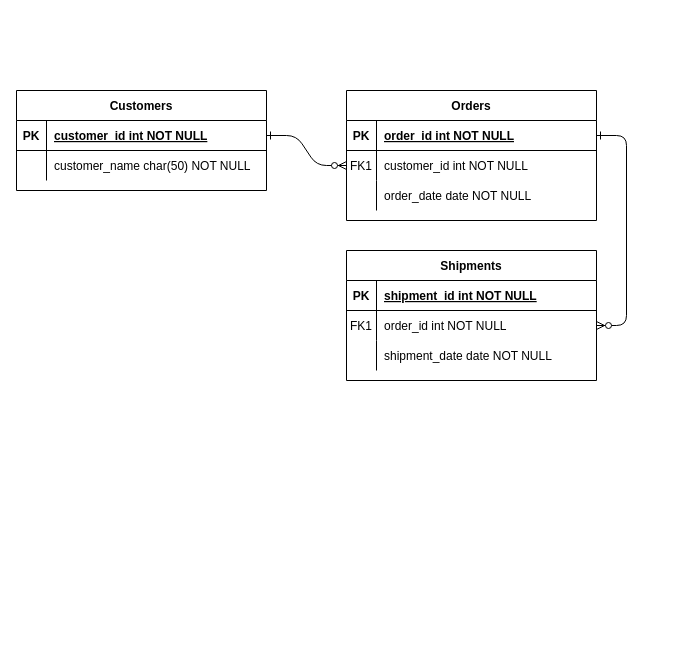
jallen2034/BootcampX keeps this draw.io diagram as Untitled Diagram.drawio. Above is the earlier version. Source tidied: cells renumbered, new cells numbered last; positions are measured from the earlier drawing's top-left corner, leaving out a move shared by most shapes. Both pictures are drawn from the tidied source at 100%, with x=0, y=0 at pixel (16, 90).
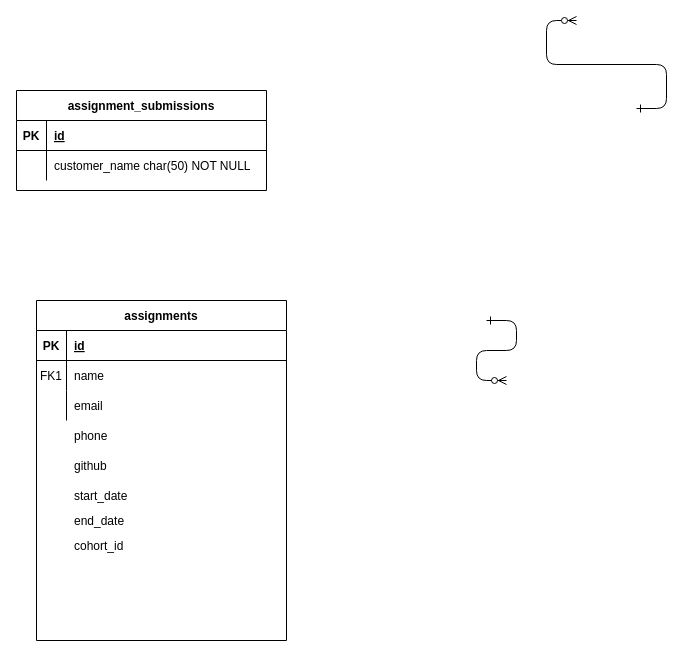
The same diagram, later.

Unchanged cells that the change refers to:
```xml
<mxCell id="5" style="shape=partialRectangle;fillColor=none;points=[[0,0.5],[1,0.5]];portConstraint=eastwest;top=0;left=0;right=0;bottom=1;" parent="4" vertex="1">
  <mxGeometry y="30" width="250" height="30" as="geometry" />
</mxCell>
<mxCell id="8" style="shape=partialRectangle;fillColor=none;points=[[0,0.5],[1,0.5]];portConstraint=eastwest;top=0;left=0;right=0;bottom=0;" parent="4" vertex="1">
  <mxGeometry y="60" width="250" height="30" as="geometry" />
</mxCell>
<mxCell id="11" style="shape=partialRectangle;fillColor=none;top=0;left=0;right=0;bottom=0;" parent="4" vertex="1">
  <mxGeometry y="90" width="250" height="30" as="geometry" />
</mxCell>
<mxCell id="25" style="shape=partialRectangle;fillColor=none;points=[[0,0.5],[1,0.5]];portConstraint=eastwest;top=0;left=0;right=0;bottom=1;" parent="24" vertex="1">
  <mxGeometry y="30" width="250" height="30" as="geometry" />
</mxCell>
```

Change to the diagram source:
```diff
@@
-    <mxCell id="2" style="edgeStyle=entityRelationEdgeStyle;endArrow=ERzeroToMany;startArrow=ERone;endFill=1;startFill=0;" parent="1" edge="1" source="25" target="8">
-      <mxGeometry relative="1" as="geometry" />
+    <mxCell id="2" style="edgeStyle=entityRelationEdgeStyle;endArrow=ERzeroToMany;startArrow=ERone;endFill=1;startFill=0;" parent="1" edge="1">
+      <mxGeometry relative="1" as="geometry">
+        <mxPoint x="620" y="18" as="sourcePoint" />
+        <mxPoint x="560" y="-70" as="targetPoint" />
+      </mxGeometry>
     </mxCell>
-    <mxCell id="3" style="edgeStyle=entityRelationEdgeStyle;endArrow=ERzeroToMany;startArrow=ERone;endFill=1;startFill=0;" parent="1" edge="1" source="5" target="18">
-      <mxGeometry relative="1" as="geometry" />
+    <mxCell id="3" style="edgeStyle=entityRelationEdgeStyle;endArrow=ERzeroToMany;startArrow=ERone;endFill=1;startFill=0;" parent="1" edge="1">
+      <mxGeometry relative="1" as="geometry">
+        <mxPoint x="470" y="230" as="sourcePoint" />
+        <mxPoint x="490" y="290" as="targetPoint" />
+      </mxGeometry>
     </mxCell>
-    <mxCell id="4" value="Orders" style="shape=table;startSize=30;childLayout=tableLayout;rowLines=0;fontStyle=1;align=center;" parent="1" vertex="1">
-      <mxGeometry x="330" width="250" height="130" as="geometry" />
+    <mxCell id="4" value="assignments" style="shape=table;startSize=30;childLayout=tableLayout;rowLines=0;fontStyle=1;align=center;" parent="1" vertex="1">
+      <mxGeometry x="20" y="210" width="250" height="340" as="geometry" />
     </mxCell>
@@
-    <mxCell id="7" value="order_id int NOT NULL " style="shape=partialRectangle;overflow=hidden;fillColor=none;top=0;left=0;bottom=0;right=0;align=left;spacingLeft=6;fontStyle=5;" parent="5" vertex="1">
+    <mxCell id="7" value="id" style="shape=partialRectangle;overflow=hidden;fillColor=none;top=0;left=0;bottom=0;right=0;align=left;spacingLeft=6;fontStyle=5;" parent="5" vertex="1">
       <mxGeometry x="30" width="220" height="30" as="geometry" />
     </mxCell>
@@
-    <mxCell id="10" value="customer_id int NOT NULL" style="shape=partialRectangle;overflow=hidden;fillColor=none;top=0;left=0;bottom=0;right=0;align=left;spacingLeft=6;" parent="8" vertex="1">
+    <mxCell id="10" value="name" style="shape=partialRectangle;overflow=hidden;fillColor=none;top=0;left=0;bottom=0;right=0;align=left;spacingLeft=6;" parent="8" vertex="1">
       <mxGeometry x="30" width="220" height="30" as="geometry" />
     </mxCell>
@@
-    <mxCell id="13" value="order_date date NOT NULL" style="shape=partialRectangle;overflow=hidden;fillColor=none;top=0;left=0;bottom=0;right=0;align=left;spacingLeft=6;" parent="11" vertex="1">
+    <mxCell id="13" value="email" style="shape=partialRectangle;overflow=hidden;fillColor=none;top=0;left=0;bottom=0;right=0;align=left;spacingLeft=6;" parent="11" vertex="1">
       <mxGeometry x="30" width="220" height="30" as="geometry" />
     </mxCell>
-    <mxCell id="14" value="Shipments" style="shape=table;startSize=30;childLayout=tableLayout;rowLines=0;fontStyle=1;align=center;" parent="1" vertex="1">
-      <mxGeometry x="330" y="160" width="250" height="130" as="geometry" />
-    </mxCell>
-    <mxCell id="15" style="shape=partialRectangle;fillColor=none;top=0;left=0;right=0;bottom=1;" parent="14" vertex="1">
-      <mxGeometry y="30" width="250" height="30" as="geometry" />
-    </mxCell>
-    <mxCell id="16" value="PK" style="shape=partialRectangle;overflow=hidden;fillColor=none;top=0;left=0;bottom=0;right=0;fontStyle=1;" parent="15" vertex="1">
-      <mxGeometry width="30" height="30" as="geometry" />
-    </mxCell>
-    <mxCell id="17" value="shipment_id int NOT NULL " style="shape=partialRectangle;overflow=hidden;fillColor=none;top=0;left=0;bottom=0;right=0;align=left;spacingLeft=6;fontStyle=5;" parent="15" vertex="1">
-      <mxGeometry x="30" width="220" height="30" as="geometry" />
-    </mxCell>
-    <mxCell id="18" style="shape=partialRectangle;fillColor=none;points=[[0,0.5],[1,0.5]];portConstraint=eastwest;top=0;left=0;right=0;bottom=0;" parent="14" vertex="1">
-      <mxGeometry y="60" width="250" height="30" as="geometry" />
-    </mxCell>
-    <mxCell id="19" value="FK1" style="shape=partialRectangle;overflow=hidden;fillColor=none;top=0;left=0;bottom=0;right=0;" parent="18" vertex="1">
-      <mxGeometry width="30" height="30" as="geometry" />
-    </mxCell>
-    <mxCell id="20" value="order_id int NOT NULL" style="shape=partialRectangle;overflow=hidden;fillColor=none;top=0;left=0;bottom=0;right=0;align=left;spacingLeft=6;" parent="18" vertex="1">
-      <mxGeometry x="30" width="220" height="30" as="geometry" />
-    </mxCell>
-    <mxCell id="21" style="shape=partialRectangle;fillColor=none;top=0;left=0;right=0;bottom=0;" parent="14" vertex="1">
-      <mxGeometry y="90" width="250" height="30" as="geometry" />
-    </mxCell>
-    <mxCell id="22" style="shape=partialRectangle;overflow=hidden;fillColor=none;top=0;left=0;bottom=0;right=0;" parent="21" vertex="1">
-      <mxGeometry width="30" height="30" as="geometry" />
-    </mxCell>
-    <mxCell id="23" value="shipment_date date NOT NULL" style="shape=partialRectangle;overflow=hidden;fillColor=none;top=0;left=0;bottom=0;right=0;align=left;spacingLeft=6;" parent="21" vertex="1">
-      <mxGeometry x="30" width="220" height="30" as="geometry" />
-    </mxCell>
-    <mxCell id="24" value="Customers" style="shape=table;startSize=30;childLayout=tableLayout;rowLines=0;fontStyle=1;align=center;" parent="1" vertex="1">
+    <mxCell id="24" value="assignment_submissions" style="shape=table;startSize=30;childLayout=tableLayout;rowLines=0;fontStyle=1;align=center;" parent="1" vertex="1">
       <mxGeometry width="250" height="100" as="geometry" />
     </mxCell>
@@
-    <mxCell id="27" value="customer_id int NOT NULL " style="shape=partialRectangle;overflow=hidden;fillColor=none;top=0;left=0;bottom=0;right=0;align=left;spacingLeft=6;fontStyle=5;" parent="25" vertex="1">
+    <mxCell id="27" value="id" style="shape=partialRectangle;overflow=hidden;fillColor=none;top=0;left=0;bottom=0;right=0;align=left;spacingLeft=6;fontStyle=5;" parent="25" vertex="1">
       <mxGeometry x="30" width="220" height="30" as="geometry" />
     </mxCell>
@@
+    <mxCell id="31" style="shape=partialRectangle;fillColor=none;top=0;left=0;right=0;bottom=0;" parent="1" vertex="1">
+      <mxGeometry x="20" y="330" width="250" height="30" as="geometry" />
+    </mxCell>
+    <mxCell id="32" style="shape=partialRectangle;overflow=hidden;fillColor=none;top=0;left=0;bottom=0;right=0;" parent="31" vertex="1">
+      <mxGeometry width="30" height="30" as="geometry" />
+    </mxCell>
+    <mxCell id="33" value="phone" style="shape=partialRectangle;overflow=hidden;fillColor=none;top=0;left=0;bottom=0;right=0;align=left;spacingLeft=6;" parent="31" vertex="1">
+      <mxGeometry x="30" width="220" height="30" as="geometry" />
+    </mxCell>
+    <mxCell id="34" style="shape=partialRectangle;fillColor=none;top=0;left=0;right=0;bottom=0;" parent="1" vertex="1">
+      <mxGeometry x="20" y="360" width="250" height="30" as="geometry" />
+    </mxCell>
+    <mxCell id="35" style="shape=partialRectangle;overflow=hidden;fillColor=none;top=0;left=0;bottom=0;right=0;" parent="34" vertex="1">
+      <mxGeometry width="30" height="30" as="geometry" />
+    </mxCell>
+    <mxCell id="36" value="github" style="shape=partialRectangle;overflow=hidden;fillColor=none;top=0;left=0;bottom=0;right=0;align=left;spacingLeft=6;" parent="34" vertex="1">
+      <mxGeometry x="30" width="220" height="30" as="geometry" />
+    </mxCell>
+    <mxCell id="37" style="shape=partialRectangle;fillColor=none;top=0;left=0;right=0;bottom=0;" parent="1" vertex="1">
+      <mxGeometry x="20" y="390" width="250" height="30" as="geometry" />
+    </mxCell>
+    <mxCell id="38" style="shape=partialRectangle;overflow=hidden;fillColor=none;top=0;left=0;bottom=0;right=0;" parent="37" vertex="1">
+      <mxGeometry width="30" height="30" as="geometry" />
+    </mxCell>
+    <mxCell id="39" value="start_date" style="shape=partialRectangle;overflow=hidden;fillColor=none;top=0;left=0;bottom=0;right=0;align=left;spacingLeft=6;" parent="37" vertex="1">
+      <mxGeometry x="30" width="220" height="30" as="geometry" />
+    </mxCell>
+    <mxCell id="40" style="shape=partialRectangle;fillColor=none;top=0;left=0;right=0;bottom=0;" parent="1" vertex="1">
+      <mxGeometry x="20" y="415" width="250" height="30" as="geometry" />
+    </mxCell>
+    <mxCell id="41" style="shape=partialRectangle;overflow=hidden;fillColor=none;top=0;left=0;bottom=0;right=0;" parent="40" vertex="1">
+      <mxGeometry width="30" height="30" as="geometry" />
+    </mxCell>
+    <mxCell id="42" value="end_date" style="shape=partialRectangle;overflow=hidden;fillColor=none;top=0;left=0;bottom=0;right=0;align=left;spacingLeft=6;" parent="40" vertex="1">
+      <mxGeometry x="30" width="220" height="30" as="geometry" />
+    </mxCell>
+    <mxCell id="43" style="shape=partialRectangle;fillColor=none;top=0;left=0;right=0;bottom=0;" parent="1" vertex="1">
+      <mxGeometry x="20" y="440" width="250" height="30" as="geometry" />
+    </mxCell>
+    <mxCell id="44" style="shape=partialRectangle;overflow=hidden;fillColor=none;top=0;left=0;bottom=0;right=0;" parent="43" vertex="1">
+      <mxGeometry width="30" height="30" as="geometry" />
+    </mxCell>
+    <mxCell id="45" value="cohort_id" style="shape=partialRectangle;overflow=hidden;fillColor=none;top=0;left=0;bottom=0;right=0;align=left;spacingLeft=6;" parent="43" vertex="1">
+      <mxGeometry x="30" width="220" height="30" as="geometry" />
+    </mxCell>
```
